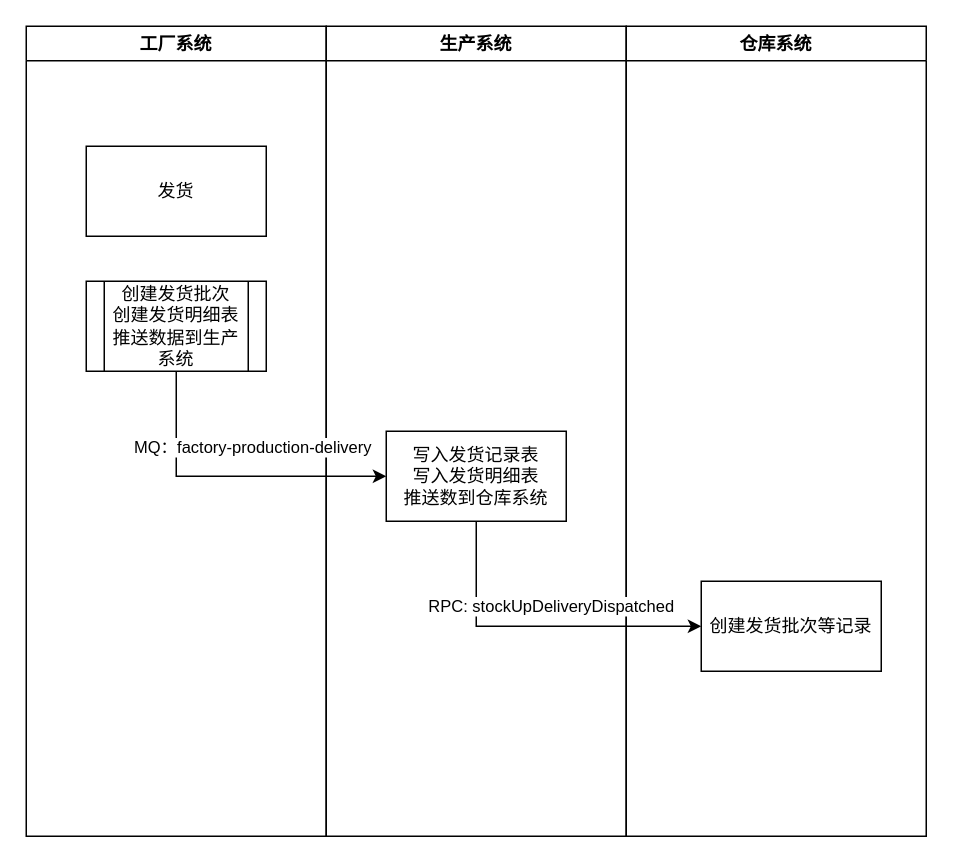
yuesir/1000-hours keeps this draw.io diagram as 生产发货.drawio. Above is the earlier version. Source tidied: cells renumbered, new cells numbered last; positions are measured from the earlier drawing's top-left corner, leaving out a move shared by most shapes. Both pictures are drawn from the tidied source at 150%, with x=0, y=0 at pixel (26, 26).
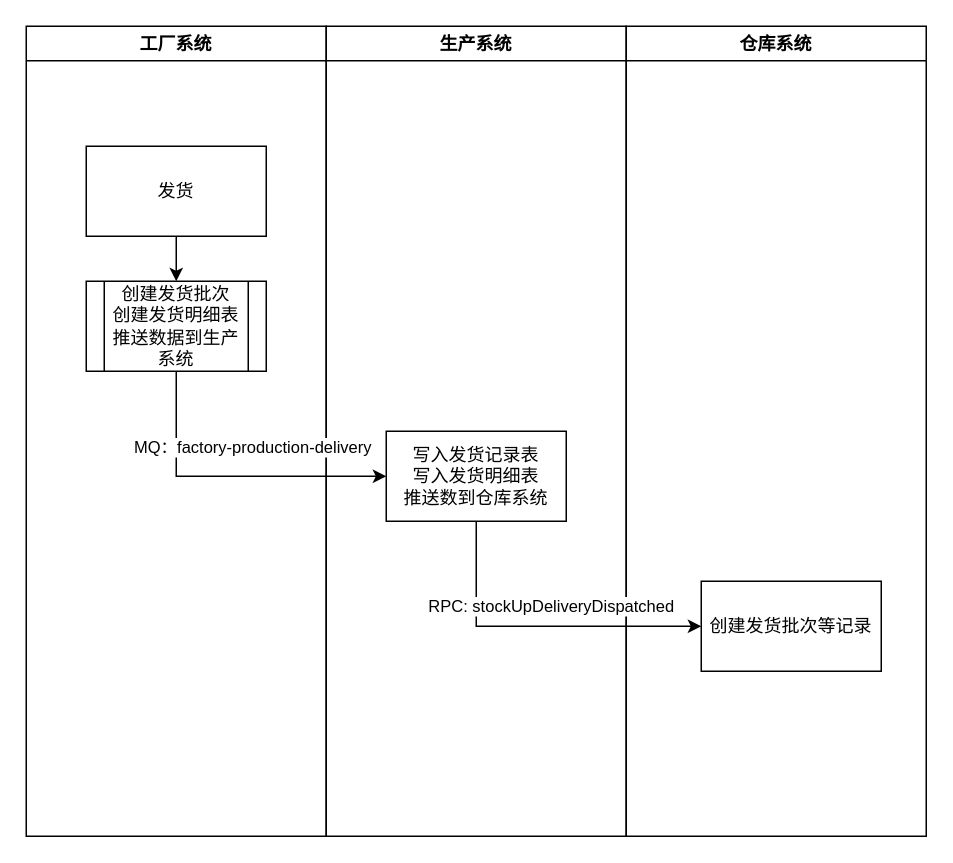
The same diagram, later.

Commit message:
更新生产发货.drawio

Change to the diagram source:
```diff
@@
 <mxGraphModel>
   <root>
     <mxCell id="0" />
     <mxCell id="1" parent="0" />
     <mxCell id="2" value="工厂系统" style="swimlane;whiteSpace=wrap;html=1;" parent="1" vertex="1">
       <mxGeometry width="200" height="540" as="geometry" />
     </mxCell>
+    <mxCell id="13" style="edgeStyle=orthogonalEdgeStyle;rounded=0;jettySize=auto;html=1;exitX=0.5;exitY=1;exitDx=0;exitDy=0;entryX=0.5;entryY=0;entryDx=0;entryDy=0;" parent="2" edge="1" source="3" target="4">
+      <mxGeometry relative="1" as="geometry" />
+    </mxCell>
     <mxCell id="3" value="发货" style="rounded=0;whiteSpace=wrap;html=1;" parent="2" vertex="1">
       <mxGeometry x="40" y="80" width="120" height="60" as="geometry" />
     </mxCell>
     <mxCell id="4" value="创建发货批次&lt;div&gt;创建发货明细表&lt;/div&gt;&lt;div&gt;推送数据到生产系统&lt;/div&gt;" style="shape=process;whiteSpace=wrap;html=1;backgroundOutline=1;" parent="2" vertex="1">
       <mxGeometry x="40" y="170" width="120" height="60" as="geometry" />
     </mxCell>
     <mxCell id="5" value="生产系统" style="swimlane;whiteSpace=wrap;html=1;startSize=23;" parent="1" vertex="1">
       <mxGeometry x="200" width="200" height="540" as="geometry" />
     </mxCell>
     <mxCell id="6" value="写入发货记录表&lt;div&gt;写入发货明细表&lt;/div&gt;&lt;div&gt;推送数到仓库系统&lt;/div&gt;" style="rounded=0;whiteSpace=wrap;html=1;" parent="5" vertex="1">
       <mxGeometry x="40" y="270" width="120" height="60" as="geometry" />
     </mxCell>
     <mxCell id="7" value="仓库系统" style="swimlane;whiteSpace=wrap;html=1;" parent="1" vertex="1">
       <mxGeometry x="400" width="200" height="540" as="geometry" />
     </mxCell>
     <mxCell id="8" value="创建发货批次等记录" style="rounded=0;whiteSpace=wrap;html=1;" parent="7" vertex="1">
       <mxGeometry x="50" y="370" width="120" height="60" as="geometry" />
     </mxCell>
     <mxCell id="9" style="edgeStyle=orthogonalEdgeStyle;rounded=0;jettySize=auto;html=1;exitX=0.5;exitY=1;exitDx=0;exitDy=0;entryX=0;entryY=0.5;entryDx=0;entryDy=0;" parent="1" edge="1" source="6" target="8">
       <mxGeometry relative="1" as="geometry" />
     </mxCell>
     <mxCell id="10" value="RPC:&amp;nbsp;stockUpDeliveryDispatched" style="edgeLabel;html=1;align=center;verticalAlign=middle;" parent="9" vertex="1">
       <mxGeometry x="0.24" y="-1" relative="1" as="geometry">
         <mxPoint x="-17" y="-15" as="offset" />
       </mxGeometry>
     </mxCell>
     <mxCell id="11" style="edgeStyle=orthogonalEdgeStyle;rounded=0;jettySize=auto;html=1;exitX=0.5;exitY=1;exitDx=0;exitDy=0;entryX=0;entryY=0.5;entryDx=0;entryDy=0;" parent="1" edge="1" source="4" target="6">
       <mxGeometry relative="1" as="geometry" />
     </mxCell>
     <mxCell id="12" value="MQ：factory-production-delivery" style="edgeLabel;html=1;align=center;verticalAlign=middle;" parent="11" vertex="1">
       <mxGeometry x="0.02" y="-1" relative="1" as="geometry">
         <mxPoint x="13" y="-21" as="offset" />
       </mxGeometry>
     </mxCell>
   </root>
 </mxGraphModel>
```
